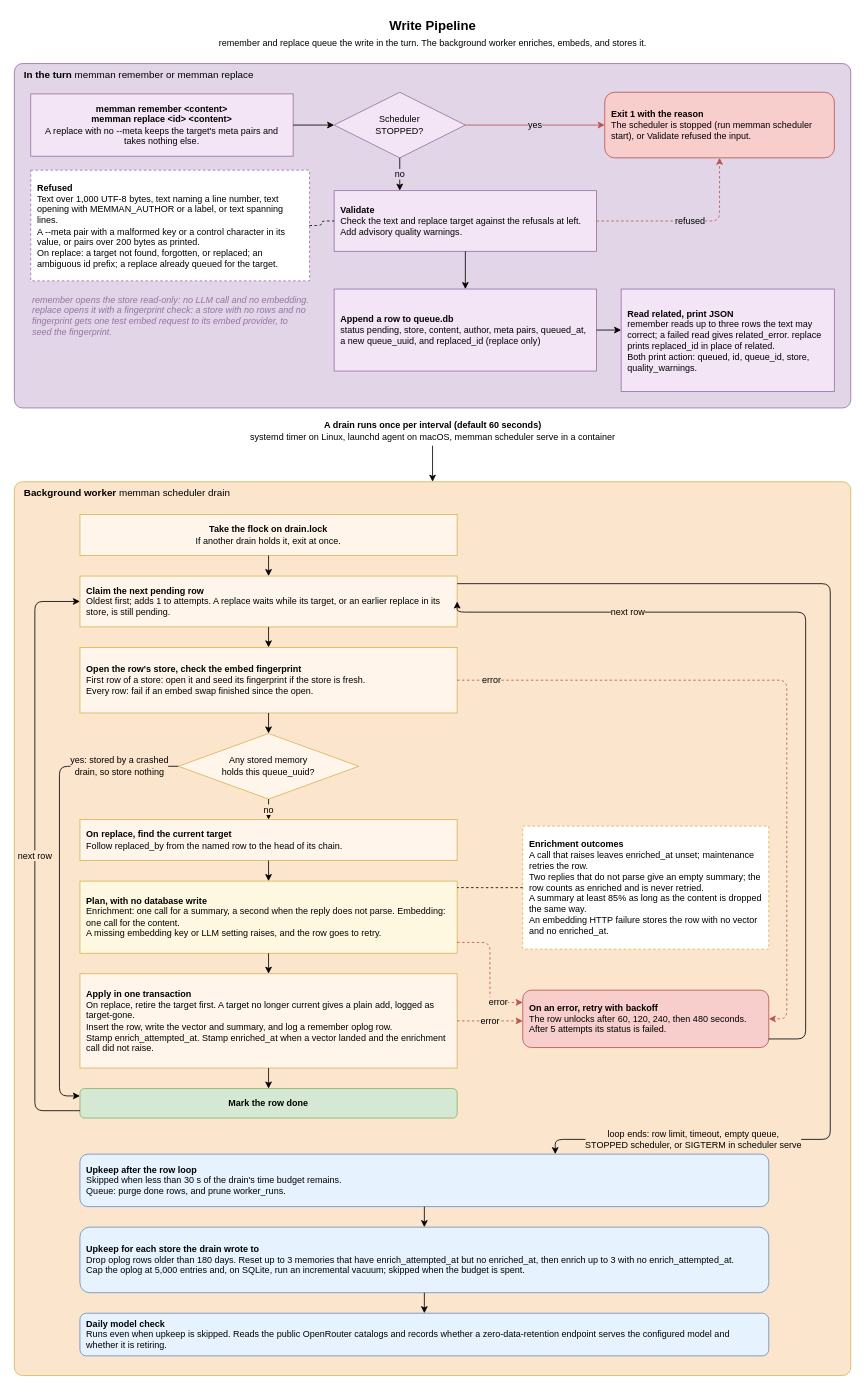
Before: docs/diagrams/04-remember-pipeline.drawio in bissli/memman, a draw.io diagram. Source tidied: cells renumbered, new cells numbered last; positions are measured from the earlier drawing's top-left corner, leaving out a move shared by most shapes. Both pictures are drawn from the tidied source at 82%, with x=0, y=0 at pixel (14, 14).
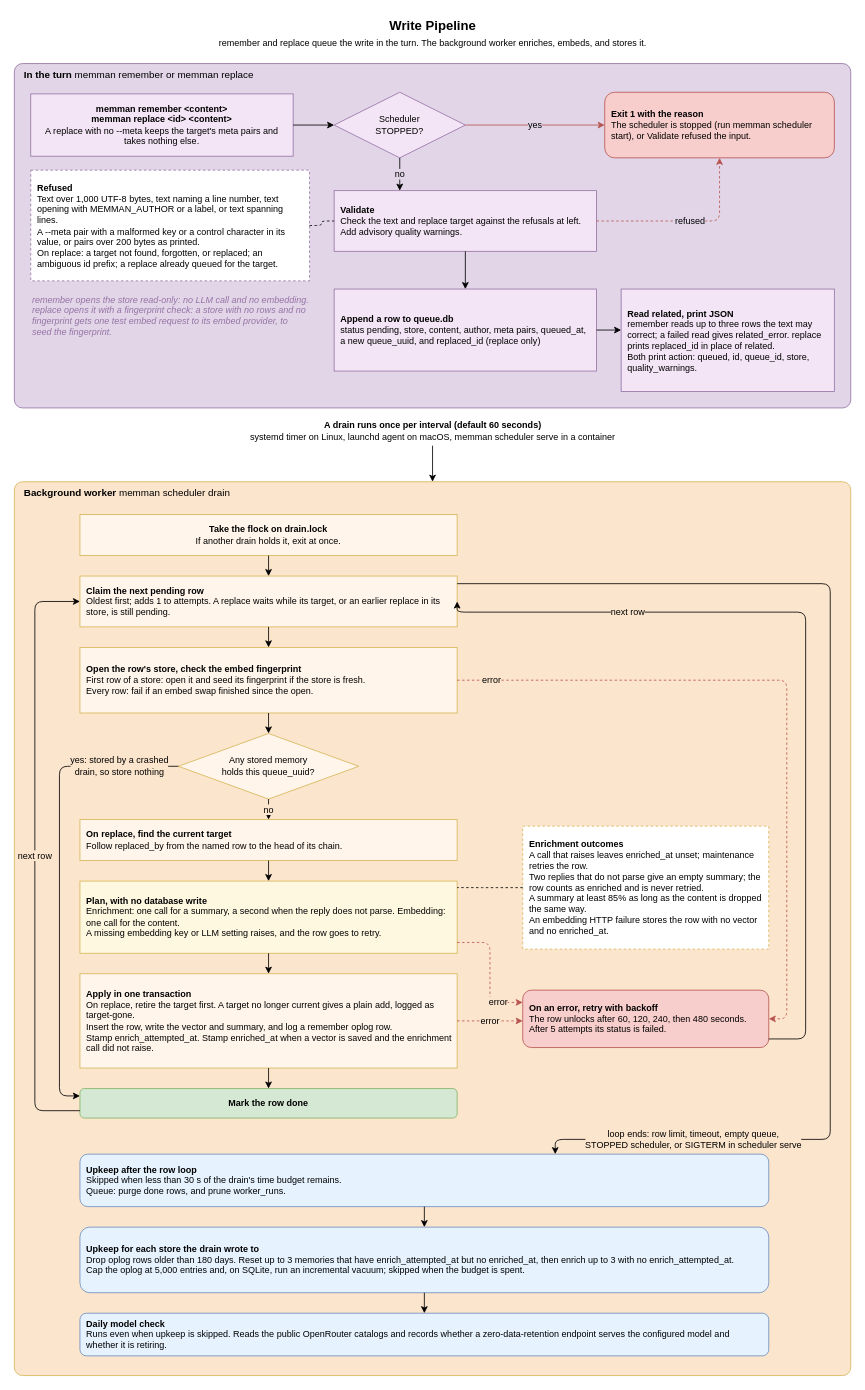
After the change.

The edit, as a diff of the source:
```diff
@@
-    <mxCell id="29" value="&lt;b&gt;Apply in one transaction&lt;/b&gt;&lt;br&gt;On replace, retire the target first. A target no longer current gives a plain add, logged as target-gone.&lt;br&gt;Insert the row, write the vector and summary, and log a remember oplog row.&lt;br&gt;Stamp enrich_attempted_at. Stamp enriched_at when a vector landed and the enrichment call did not raise." style="rounded=0;whiteSpace=wrap;html=1;fillColor=#FFF5EB;strokeColor=#d6b656;fontSize=11;align=left;spacingLeft=6;spacingRight=6;" parent="1" vertex="1">
+    <mxCell id="29" value="&lt;b&gt;Apply in one transaction&lt;/b&gt;&lt;br&gt;On replace, retire the target first. A target no longer current gives a plain add, logged as target-gone.&lt;br&gt;Insert the row, write the vector and summary, and log a remember oplog row.&lt;br&gt;Stamp enrich_attempted_at. Stamp enriched_at when a vector is saved and the enrichment call did not raise." style="rounded=0;whiteSpace=wrap;html=1;fillColor=#FFF5EB;strokeColor=#d6b656;fontSize=11;align=left;spacingLeft=6;spacingRight=6;" parent="1" vertex="1">
       <mxGeometry x="80" y="1170" width="460" height="115" as="geometry" />
     </mxCell>
```
